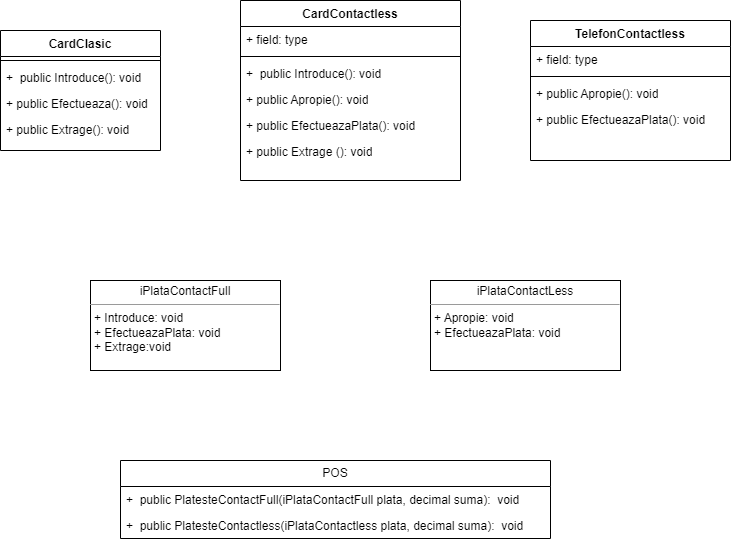
Earlier version of the draw.io export POS Diagram.drawio.png (AdinaSerediuc/Lab7POS). Source tidied: cells renumbered, new cells last; positions are measured from the earlier drawing's top-left corner, leaving out a move shared by most shapes. Source of this version:
```xml
<mxGraphModel>
  <root>
    <mxCell id="0" />
    <mxCell id="1" parent="0" />
    <mxCell id="2" value="&lt;p style=&quot;margin:0px;margin-top:4px;text-align:center;&quot;&gt;iPlataContactFull&lt;br&gt;&lt;/p&gt;&lt;hr size=&quot;1&quot;&gt;&lt;p style=&quot;margin:0px;margin-left:4px;&quot;&gt;+ Introduce: void&lt;br&gt;+ EfectueazaPlata: void&lt;/p&gt;&lt;p style=&quot;margin:0px;margin-left:4px;&quot;&gt;+ Extrage:void&lt;/p&gt;" style="verticalAlign=top;align=left;overflow=fill;fontSize=12;fontFamily=Helvetica;html=1;whiteSpace=wrap;" parent="1" vertex="1">
      <mxGeometry x="90" y="280" width="190" height="90" as="geometry" />
    </mxCell>
    <mxCell id="3" value="&lt;p style=&quot;margin:0px;margin-top:4px;text-align:center;&quot;&gt;iPlataContactLess&lt;/p&gt;&lt;hr size=&quot;1&quot;&gt;&lt;p style=&quot;border-color: var(--border-color); margin: 0px 0px 0px 4px;&quot;&gt;+ Apropie: void&lt;br style=&quot;border-color: var(--border-color);&quot;&gt;+ EfectueazaPlata: void&lt;/p&gt;&lt;p style=&quot;margin:0px;margin-left:4px;&quot;&gt;&lt;br&gt;&lt;/p&gt;" style="verticalAlign=top;align=left;overflow=fill;fontSize=12;fontFamily=Helvetica;html=1;whiteSpace=wrap;" parent="1" vertex="1">
      <mxGeometry x="430" y="280" width="190" height="90" as="geometry" />
    </mxCell>
    <mxCell id="4" value="POS" style="swimlane;fontStyle=0;horizontal=1;startSize=26;fillColor=none;whiteSpace=wrap;html=1;" parent="1" vertex="1">
      <mxGeometry x="120" y="460" width="430" height="78" as="geometry" />
    </mxCell>
    <mxCell id="5" value="+&amp;nbsp; public PlatesteContactFull(iPlataContactFull plata, decimal suma):&amp;nbsp; void" style="text;strokeColor=none;fillColor=none;align=left;verticalAlign=top;spacingLeft=4;spacingRight=4;overflow=hidden;whiteSpace=wrap;html=1;" parent="4" vertex="1">
      <mxGeometry y="26" width="430" height="26" as="geometry" />
    </mxCell>
    <mxCell id="6" value="+&amp;nbsp; public PlatesteContactless(iPlataContactless plata, decimal suma):&amp;nbsp; void" style="text;strokeColor=none;fillColor=none;align=left;verticalAlign=top;spacingLeft=4;spacingRight=4;overflow=hidden;whiteSpace=wrap;html=1;" parent="4" vertex="1">
      <mxGeometry y="52" width="430" height="26" as="geometry" />
    </mxCell>
    <mxCell id="7" value="CardClasic" style="swimlane;fontStyle=1;align=center;verticalAlign=top;horizontal=1;startSize=26;whiteSpace=wrap;html=1;" parent="1" vertex="1">
      <mxGeometry y="30" width="160" height="120" as="geometry" />
    </mxCell>
    <mxCell id="8" style="line;strokeWidth=1;fillColor=none;align=left;verticalAlign=middle;spacingTop=-1;spacingLeft=3;spacingRight=3;labelPosition=right;strokeColor=inherit;" parent="7" vertex="1">
      <mxGeometry y="26" width="160" height="8" as="geometry" />
    </mxCell>
    <mxCell id="9" value="+&amp;nbsp; public Introduce(): void" style="text;strokeColor=none;fillColor=none;align=left;verticalAlign=top;spacingLeft=4;spacingRight=4;overflow=hidden;whiteSpace=wrap;html=1;" parent="7" vertex="1">
      <mxGeometry y="34" width="160" height="26" as="geometry" />
    </mxCell>
    <mxCell id="10" value="+ public Efectueaza(): void" style="text;strokeColor=none;fillColor=none;align=left;verticalAlign=top;spacingLeft=4;spacingRight=4;overflow=hidden;whiteSpace=wrap;html=1;" parent="7" vertex="1">
      <mxGeometry y="60" width="160" height="26" as="geometry" />
    </mxCell>
    <mxCell id="11" value="+ public Extrage(): void" style="text;strokeColor=none;fillColor=none;align=left;verticalAlign=top;spacingLeft=4;spacingRight=4;overflow=hidden;whiteSpace=wrap;html=1;" parent="7" vertex="1">
      <mxGeometry y="86" width="160" height="34" as="geometry" />
    </mxCell>
    <mxCell id="12" value="CardContactless" style="swimlane;fontStyle=1;align=center;verticalAlign=top;horizontal=1;startSize=26;whiteSpace=wrap;html=1;" parent="1" vertex="1">
      <mxGeometry x="240" width="220" height="180" as="geometry" />
    </mxCell>
    <mxCell id="13" value="+ field: type" style="text;strokeColor=none;fillColor=none;align=left;verticalAlign=top;spacingLeft=4;spacingRight=4;overflow=hidden;whiteSpace=wrap;html=1;" parent="12" vertex="1">
      <mxGeometry y="26" width="220" height="26" as="geometry" />
    </mxCell>
    <mxCell id="14" style="line;strokeWidth=1;fillColor=none;align=left;verticalAlign=middle;spacingTop=-1;spacingLeft=3;spacingRight=3;labelPosition=right;strokeColor=inherit;" parent="12" vertex="1">
      <mxGeometry y="52" width="220" height="8" as="geometry" />
    </mxCell>
    <mxCell id="15" value="+&amp;nbsp; public Introduce(): void" style="text;strokeColor=none;fillColor=none;align=left;verticalAlign=top;spacingLeft=4;spacingRight=4;overflow=hidden;whiteSpace=wrap;html=1;" parent="12" vertex="1">
      <mxGeometry y="60" width="220" height="26" as="geometry" />
    </mxCell>
    <mxCell id="16" value="+ public Apropie(): void" style="text;strokeColor=none;fillColor=none;align=left;verticalAlign=top;spacingLeft=4;spacingRight=4;overflow=hidden;whiteSpace=wrap;html=1;" parent="12" vertex="1">
      <mxGeometry y="86" width="220" height="26" as="geometry" />
    </mxCell>
    <mxCell id="17" value="+ public EfectueazaPlata(): void" style="text;strokeColor=none;fillColor=none;align=left;verticalAlign=top;spacingLeft=4;spacingRight=4;overflow=hidden;whiteSpace=wrap;html=1;" parent="12" vertex="1">
      <mxGeometry y="112" width="220" height="26" as="geometry" />
    </mxCell>
    <mxCell id="18" value="+ public Extrage (): void" style="text;strokeColor=none;fillColor=none;align=left;verticalAlign=top;spacingLeft=4;spacingRight=4;overflow=hidden;whiteSpace=wrap;html=1;" parent="12" vertex="1">
      <mxGeometry y="138" width="220" height="42" as="geometry" />
    </mxCell>
    <mxCell id="19" value="TelefonContactless&lt;br&gt;" style="swimlane;fontStyle=1;align=center;verticalAlign=top;horizontal=1;startSize=26;whiteSpace=wrap;html=1;" parent="1" vertex="1">
      <mxGeometry x="530" y="20" width="200" height="140" as="geometry" />
    </mxCell>
    <mxCell id="20" value="+ field: type" style="text;strokeColor=none;fillColor=none;align=left;verticalAlign=top;spacingLeft=4;spacingRight=4;overflow=hidden;whiteSpace=wrap;html=1;" parent="19" vertex="1">
      <mxGeometry y="26" width="200" height="26" as="geometry" />
    </mxCell>
    <mxCell id="21" style="line;strokeWidth=1;fillColor=none;align=left;verticalAlign=middle;spacingTop=-1;spacingLeft=3;spacingRight=3;labelPosition=right;strokeColor=inherit;" parent="19" vertex="1">
      <mxGeometry y="52" width="200" height="8" as="geometry" />
    </mxCell>
    <mxCell id="22" value="+ public Apropie(): void" style="text;strokeColor=none;fillColor=none;align=left;verticalAlign=top;spacingLeft=4;spacingRight=4;overflow=hidden;whiteSpace=wrap;html=1;" parent="19" vertex="1">
      <mxGeometry y="60" width="200" height="26" as="geometry" />
    </mxCell>
    <mxCell id="23" value="+ public EfectueazaPlata(): void" style="text;strokeColor=none;fillColor=none;align=left;verticalAlign=top;spacingLeft=4;spacingRight=4;overflow=hidden;whiteSpace=wrap;html=1;" parent="19" vertex="1">
      <mxGeometry y="86" width="200" height="54" as="geometry" />
    </mxCell>
  </root>
</mxGraphModel>
```
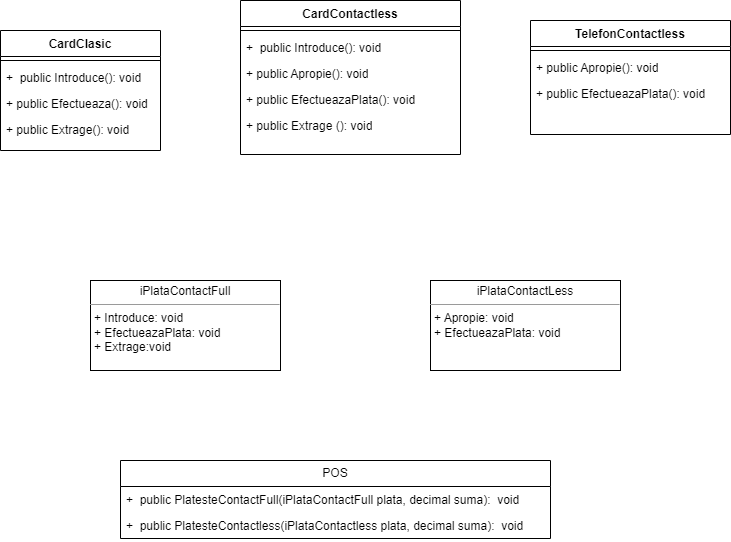
Later version of the same file.

Change to the diagram source:
```diff
@@ -33,40 +33,34 @@
       <mxGeometry y="86" width="160" height="34" as="geometry" />
     </mxCell>
     <mxCell id="12" value="CardContactless" style="swimlane;fontStyle=1;align=center;verticalAlign=top;horizontal=1;startSize=26;whiteSpace=wrap;html=1;" parent="1" vertex="1">
-      <mxGeometry x="240" width="220" height="180" as="geometry" />
+      <mxGeometry x="240" width="220" height="154" as="geometry" />
     </mxCell>
-    <mxCell id="13" value="+ field: type" style="text;strokeColor=none;fillColor=none;align=left;verticalAlign=top;spacingLeft=4;spacingRight=4;overflow=hidden;whiteSpace=wrap;html=1;" parent="12" vertex="1">
-      <mxGeometry y="26" width="220" height="26" as="geometry" />
-    </mxCell>
     <mxCell id="14" style="line;strokeWidth=1;fillColor=none;align=left;verticalAlign=middle;spacingTop=-1;spacingLeft=3;spacingRight=3;labelPosition=right;strokeColor=inherit;" parent="12" vertex="1">
-      <mxGeometry y="52" width="220" height="8" as="geometry" />
+      <mxGeometry y="26" width="220" height="8" as="geometry" />
     </mxCell>
     <mxCell id="15" value="+&amp;nbsp; public Introduce(): void" style="text;strokeColor=none;fillColor=none;align=left;verticalAlign=top;spacingLeft=4;spacingRight=4;overflow=hidden;whiteSpace=wrap;html=1;" parent="12" vertex="1">
-      <mxGeometry y="60" width="220" height="26" as="geometry" />
+      <mxGeometry y="34" width="220" height="26" as="geometry" />
     </mxCell>
     <mxCell id="16" value="+ public Apropie(): void" style="text;strokeColor=none;fillColor=none;align=left;verticalAlign=top;spacingLeft=4;spacingRight=4;overflow=hidden;whiteSpace=wrap;html=1;" parent="12" vertex="1">
-      <mxGeometry y="86" width="220" height="26" as="geometry" />
+      <mxGeometry y="60" width="220" height="26" as="geometry" />
     </mxCell>
     <mxCell id="17" value="+ public EfectueazaPlata(): void" style="text;strokeColor=none;fillColor=none;align=left;verticalAlign=top;spacingLeft=4;spacingRight=4;overflow=hidden;whiteSpace=wrap;html=1;" parent="12" vertex="1">
-      <mxGeometry y="112" width="220" height="26" as="geometry" />
+      <mxGeometry y="86" width="220" height="26" as="geometry" />
     </mxCell>
     <mxCell id="18" value="+ public Extrage (): void" style="text;strokeColor=none;fillColor=none;align=left;verticalAlign=top;spacingLeft=4;spacingRight=4;overflow=hidden;whiteSpace=wrap;html=1;" parent="12" vertex="1">
-      <mxGeometry y="138" width="220" height="42" as="geometry" />
+      <mxGeometry y="112" width="220" height="42" as="geometry" />
     </mxCell>
     <mxCell id="19" value="TelefonContactless&lt;br&gt;" style="swimlane;fontStyle=1;align=center;verticalAlign=top;horizontal=1;startSize=26;whiteSpace=wrap;html=1;" parent="1" vertex="1">
-      <mxGeometry x="530" y="20" width="200" height="140" as="geometry" />
+      <mxGeometry x="530" y="20" width="200" height="114" as="geometry" />
     </mxCell>
-    <mxCell id="20" value="+ field: type" style="text;strokeColor=none;fillColor=none;align=left;verticalAlign=top;spacingLeft=4;spacingRight=4;overflow=hidden;whiteSpace=wrap;html=1;" parent="19" vertex="1">
-      <mxGeometry y="26" width="200" height="26" as="geometry" />
-    </mxCell>
     <mxCell id="21" style="line;strokeWidth=1;fillColor=none;align=left;verticalAlign=middle;spacingTop=-1;spacingLeft=3;spacingRight=3;labelPosition=right;strokeColor=inherit;" parent="19" vertex="1">
-      <mxGeometry y="52" width="200" height="8" as="geometry" />
+      <mxGeometry y="26" width="200" height="8" as="geometry" />
     </mxCell>
     <mxCell id="22" value="+ public Apropie(): void" style="text;strokeColor=none;fillColor=none;align=left;verticalAlign=top;spacingLeft=4;spacingRight=4;overflow=hidden;whiteSpace=wrap;html=1;" parent="19" vertex="1">
-      <mxGeometry y="60" width="200" height="26" as="geometry" />
+      <mxGeometry y="34" width="200" height="26" as="geometry" />
     </mxCell>
     <mxCell id="23" value="+ public EfectueazaPlata(): void" style="text;strokeColor=none;fillColor=none;align=left;verticalAlign=top;spacingLeft=4;spacingRight=4;overflow=hidden;whiteSpace=wrap;html=1;" parent="19" vertex="1">
-      <mxGeometry y="86" width="200" height="54" as="geometry" />
+      <mxGeometry y="60" width="200" height="54" as="geometry" />
     </mxCell>
   </root>
 </mxGraphModel>
```
